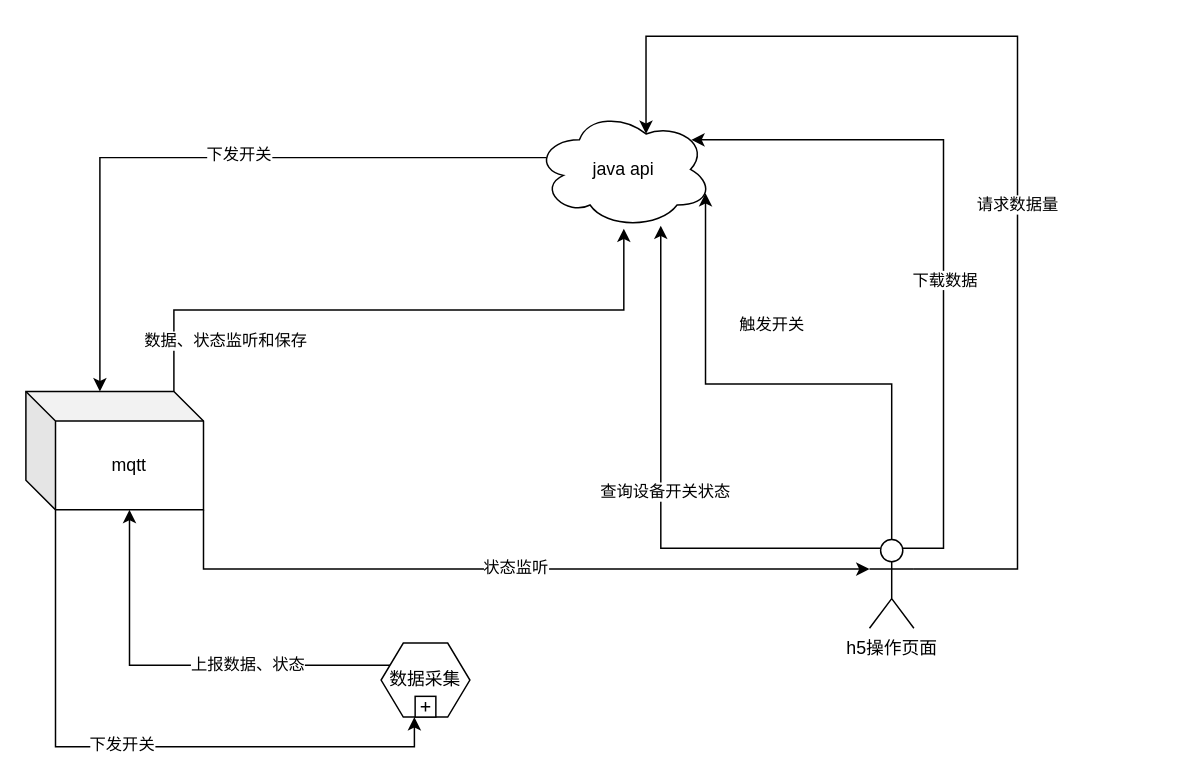
a83988029/data_collect_arch keeps this draw.io diagram as Untitled Diagram.drawio. Above is the earlier version. Source tidied: cells renumbered, new cells numbered last; positions are measured from the earlier drawing's top-left corner, leaving out a move shared by most shapes. Both pictures are drawn from the tidied source at 148%, with x=0, y=0 at pixel (25, 36).
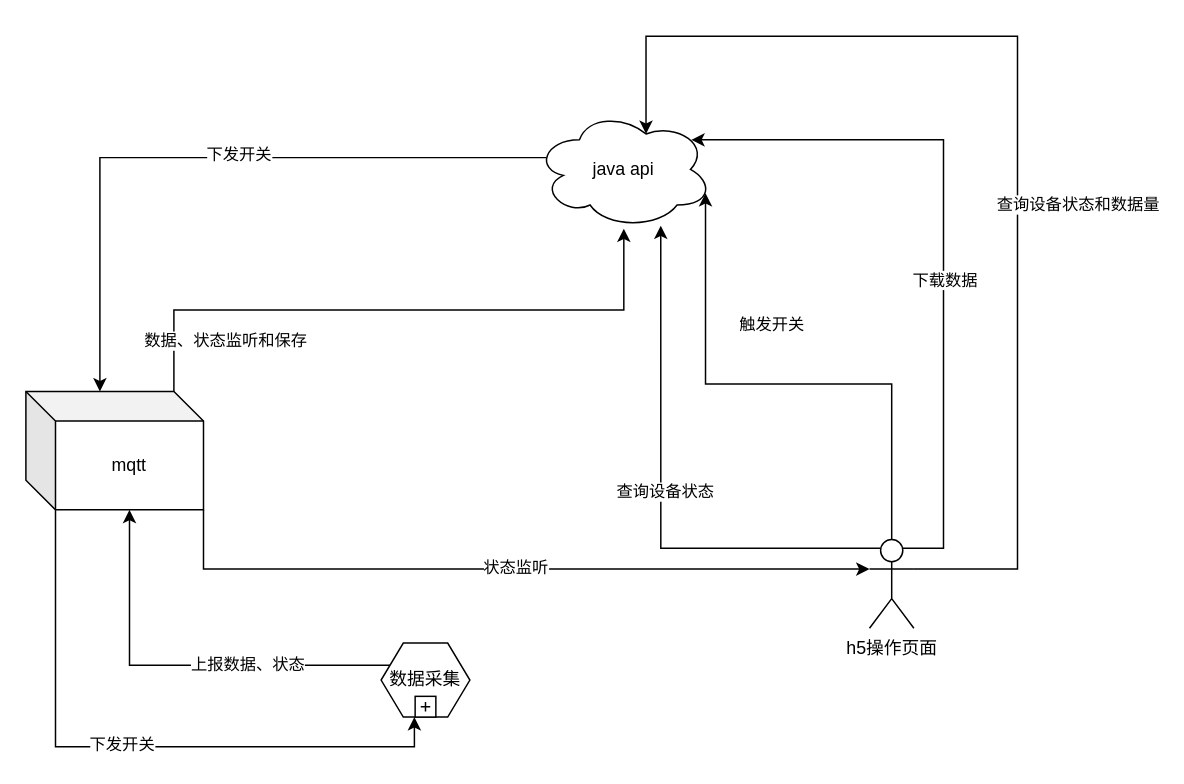
The same page after the edit.

The change refers to these unchanged cells:
```xml
<mxCell id="16" style="edgeStyle=orthogonalEdgeStyle;rounded=0;jettySize=auto;html=1;exitX=1;exitY=0.3333333333333333;exitDx=0;exitDy=0;exitPerimeter=0;entryX=0.625;entryY=0.2;entryDx=0;entryDy=0;entryPerimeter=0;" parent="1" edge="1" source="20" target="4">
  <mxGeometry relative="1" as="geometry">
    <Array as="points">
      <mxPoint x="670" y="360" />
      <mxPoint x="670" />
      <mxPoint x="419" />
    </Array>
  </mxGeometry>
</mxCell>
<mxCell id="18" style="edgeStyle=orthogonalEdgeStyle;rounded=0;jettySize=auto;html=1;exitX=0.25;exitY=0.1;exitDx=0;exitDy=0;exitPerimeter=0;entryX=0.708;entryY=0.975;entryDx=0;entryDy=0;entryPerimeter=0;" parent="1" edge="1" source="20" target="4">
  <mxGeometry relative="1" as="geometry" />
</mxCell>
```

Change to the diagram source:
```diff
@@
-    <mxCell id="17" value="请求数据量" style="edgeLabel;html=1;align=center;verticalAlign=middle;" parent="16" vertex="1">
-      <mxGeometry x="-0.15" y="1" relative="1" as="geometry" />
+    <mxCell id="17" value="查询设备状态和数据量" style="edgeLabel;html=1;align=center;verticalAlign=middle;" parent="16" vertex="1">
+      <mxGeometry x="-0.15" y="1" relative="1" as="geometry">
+        <mxPoint x="41" as="offset" />
+      </mxGeometry>
     </mxCell>
@@
-    <mxCell id="19" value="查询设备开关状态" style="edgeLabel;html=1;align=center;verticalAlign=middle;" parent="18" vertex="1">
+    <mxCell id="19" value="查询设备状态" style="edgeLabel;html=1;align=center;verticalAlign=middle;" parent="18" vertex="1">
       <mxGeometry x="-0.2" y="-39" relative="1" as="geometry">
         <mxPoint x="1" as="offset" />
       </mxGeometry>
     </mxCell>
```
